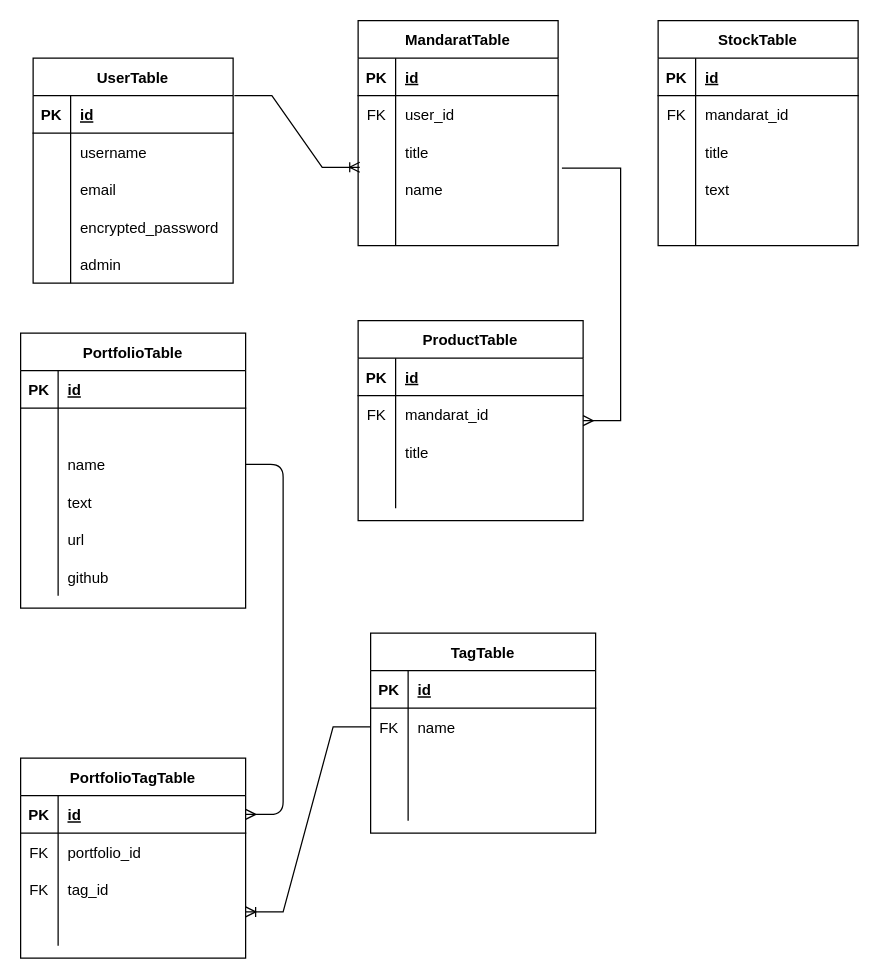
This is page "ページ1" (1 of 2) of app/er.dio from JAMChannel/mandarat-app, a draw.io file, before an edit. Source tidied: cells renumbered, new cells numbered last; positions are measured from the earlier drawing's top-left corner, leaving out a move shared by most shapes. Both pictures are drawn from the tidied source at 125%, with x=0, y=0 at pixel (20, 20).
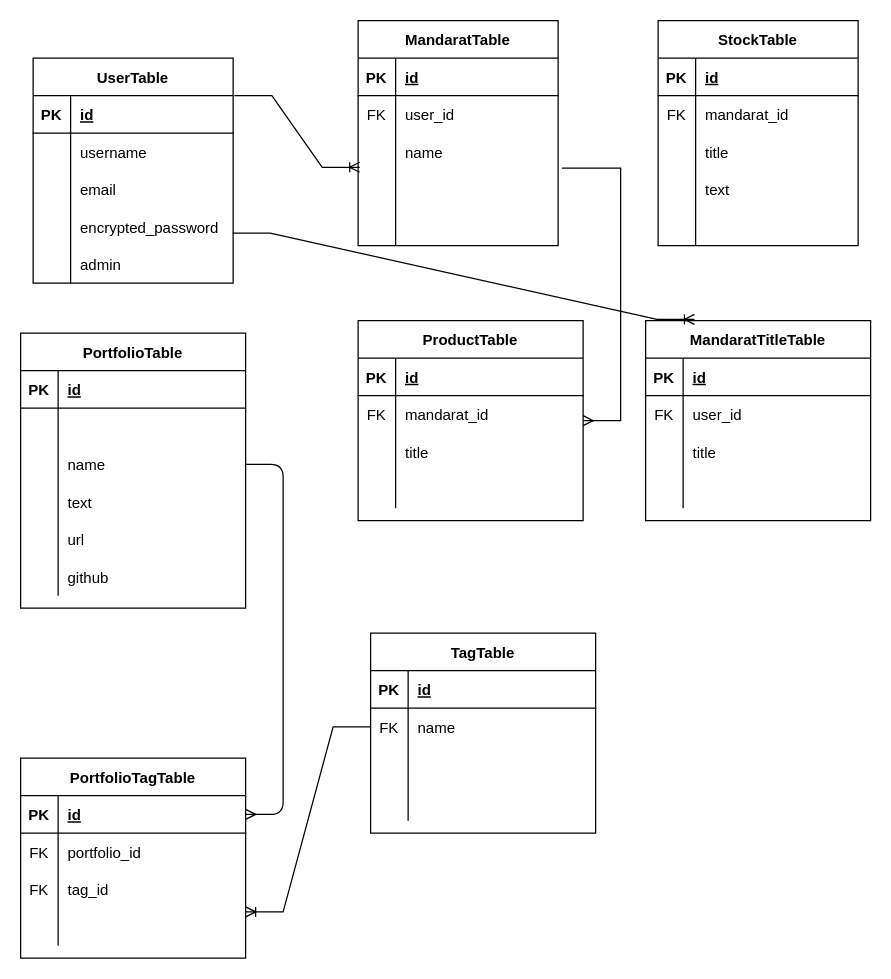
The same diagram, later.

Unchanged cells that the change refers to:
```xml
<mxCell id="26" style="shape=partialRectangle;fillColor=none;top=0;left=0;bottom=0;right=0;points=[[0,0.5],[1,0.5]];portConstraint=eastwest;" parent="19" vertex="1">
  <mxGeometry y="90" width="160" height="30" as="geometry" />
</mxCell>
<mxCell id="29" style="shape=partialRectangle;fillColor=none;top=0;left=0;bottom=0;right=0;points=[[0,0.5],[1,0.5]];portConstraint=eastwest;" parent="19" vertex="1">
  <mxGeometry y="120" width="160" height="30" as="geometry" />
</mxCell>
```

Diff of the diagram source:
```diff
@@
-    <mxCell id="28" value="title" style="shape=partialRectangle;fillColor=none;top=0;left=0;bottom=0;right=0;align=left;spacingLeft=6;overflow=hidden;" parent="26" vertex="1">
+    <mxCell id="28" value="name" style="shape=partialRectangle;fillColor=none;top=0;left=0;bottom=0;right=0;align=left;spacingLeft=6;overflow=hidden;" parent="26" vertex="1">
       <mxGeometry x="30" width="130" height="30" as="geometry" />
     </mxCell>
@@
-    <mxCell id="31" value="name" style="shape=partialRectangle;fillColor=none;top=0;left=0;bottom=0;right=0;align=left;spacingLeft=6;overflow=hidden;" parent="29" vertex="1">
+    <mxCell id="31" style="shape=partialRectangle;fillColor=none;top=0;left=0;bottom=0;right=0;align=left;spacingLeft=6;overflow=hidden;" parent="29" vertex="1">
       <mxGeometry x="30" width="130" height="30" as="geometry" />
     </mxCell>
@@
+    <mxCell id="112" value="MandaratTitleTable" style="shape=table;startSize=30;childLayout=tableLayout;rowLines=0;fontStyle=1;align=center;" parent="1" vertex="1">
+      <mxGeometry x="500" y="240" width="180" height="160" as="geometry" />
+    </mxCell>
+    <mxCell id="113" style="shape=partialRectangle;fillColor=none;top=0;left=0;bottom=1;right=0;" parent="112" vertex="1">
+      <mxGeometry y="30" width="180" height="30" as="geometry" />
+    </mxCell>
+    <mxCell id="114" value="PK" style="shape=partialRectangle;fillColor=none;top=0;left=0;bottom=0;right=0;fontStyle=1;overflow=hidden;" parent="113" vertex="1">
+      <mxGeometry width="30" height="30" as="geometry" />
+    </mxCell>
+    <mxCell id="115" value="id" style="shape=partialRectangle;fillColor=none;top=0;left=0;bottom=0;right=0;align=left;spacingLeft=6;fontStyle=5;overflow=hidden;" parent="113" vertex="1">
+      <mxGeometry x="30" width="150" height="30" as="geometry" />
+    </mxCell>
+    <mxCell id="116" style="shape=partialRectangle;fillColor=none;top=0;left=0;bottom=0;right=0;" parent="112" vertex="1">
+      <mxGeometry y="60" width="180" height="30" as="geometry" />
+    </mxCell>
+    <mxCell id="117" value="FK" style="shape=partialRectangle;fillColor=none;top=0;left=0;bottom=0;right=0;overflow=hidden;" parent="116" vertex="1">
+      <mxGeometry width="30" height="30" as="geometry" />
+    </mxCell>
+    <mxCell id="118" value="user_id" style="shape=partialRectangle;fillColor=none;top=0;left=0;bottom=0;right=0;align=left;spacingLeft=6;overflow=hidden;" parent="116" vertex="1">
+      <mxGeometry x="30" width="150" height="30" as="geometry" />
+    </mxCell>
+    <mxCell id="119" style="shape=partialRectangle;fillColor=none;top=0;left=0;bottom=0;right=0;" parent="112" vertex="1">
+      <mxGeometry y="90" width="180" height="30" as="geometry" />
+    </mxCell>
+    <mxCell id="120" style="shape=partialRectangle;fillColor=none;top=0;left=0;bottom=0;right=0;overflow=hidden;" parent="119" vertex="1">
+      <mxGeometry width="30" height="30" as="geometry" />
+    </mxCell>
+    <mxCell id="121" value="title" style="shape=partialRectangle;fillColor=none;top=0;left=0;bottom=0;right=0;align=left;spacingLeft=6;overflow=hidden;" parent="119" vertex="1">
+      <mxGeometry x="30" width="150" height="30" as="geometry" />
+    </mxCell>
+    <mxCell id="122" style="shape=partialRectangle;fillColor=none;top=0;left=0;bottom=0;right=0;" parent="112" vertex="1">
+      <mxGeometry y="120" width="180" height="30" as="geometry" />
+    </mxCell>
+    <mxCell id="123" style="shape=partialRectangle;fillColor=none;top=0;left=0;bottom=0;right=0;overflow=hidden;" parent="122" vertex="1">
+      <mxGeometry width="30" height="30" as="geometry" />
+    </mxCell>
+    <mxCell id="124" style="shape=partialRectangle;fillColor=none;top=0;left=0;bottom=0;right=0;align=left;spacingLeft=6;overflow=hidden;" parent="122" vertex="1">
+      <mxGeometry x="30" width="150" height="30" as="geometry" />
+    </mxCell>
+    <mxCell id="125" style="edgeStyle=entityRelationEdgeStyle;fontSize=12;html=1;endArrow=ERoneToMany;rounded=0;entryX=0.217;entryY=-0.006;entryDx=0;entryDy=0;entryPerimeter=0;" parent="1" edge="1" target="112">
+      <mxGeometry relative="1" as="geometry">
+        <mxPoint x="169.7" y="170" as="sourcePoint" />
+      </mxGeometry>
+    </mxCell>
```
